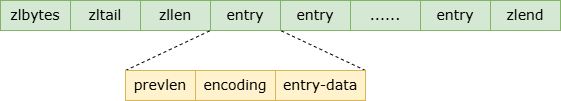
Earlier version of the draw.io export redis/ziplist总体布局.drawio.png (guxdong/imgrepo). Source tidied: cells renumbered, new cells last; positions are measured from the earlier drawing's top-left corner, leaving out a move shared by most shapes.
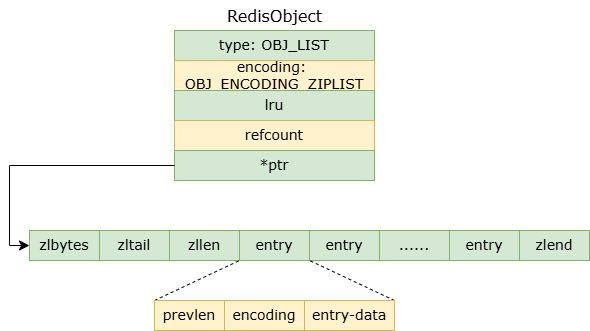
After the change.

Commit message:
更新ziplist总体布局.drawio.png

Change to the diagram source:
```diff
@@ -44,5 +44,30 @@
     <mxCell id="15" value="&lt;font face=&quot;Verdana&quot;&gt;&lt;span style=&quot;font-size: 14px;&quot;&gt;entry-data&lt;/span&gt;&lt;/font&gt;" style="rounded=0;whiteSpace=wrap;html=1;fillColor=#fff2cc;strokeColor=#d6b656;" parent="12" vertex="1">
       <mxGeometry x="150" width="90" height="30" as="geometry" />
     </mxCell>
+    <mxCell id="16" value="&lt;font style=&quot;font-size: 14px;&quot; face=&quot;Verdana&quot;&gt;type:&amp;nbsp;&lt;/font&gt;&lt;font face=&quot;Verdana&quot;&gt;&lt;span style=&quot;font-size: 14px;&quot;&gt;OBJ_LIST&lt;/span&gt;&lt;/font&gt;" style="rounded=0;whiteSpace=wrap;html=1;fillColor=#d5e8d4;strokeColor=#82b366;" parent="1" vertex="1">
+      <mxGeometry x="145" y="-200" width="200" height="30" as="geometry" />
+    </mxCell>
+    <mxCell id="17" value="&lt;font face=&quot;Verdana&quot;&gt;&lt;span style=&quot;font-size: 14px;&quot;&gt;encoding:&amp;nbsp;&lt;/span&gt;&lt;/font&gt;&lt;div&gt;&lt;font face=&quot;Verdana&quot;&gt;&lt;span style=&quot;font-size: 14px;&quot;&gt;OBJ_ENCODING_ZIPLIST&lt;/span&gt;&lt;/font&gt;&lt;/div&gt;" style="rounded=0;whiteSpace=wrap;html=1;fillColor=#fff2cc;strokeColor=#d6b656;" parent="1" vertex="1">
+      <mxGeometry x="145" y="-170" width="200" height="30" as="geometry" />
+    </mxCell>
+    <mxCell id="18" value="&lt;font face=&quot;Verdana&quot;&gt;&lt;span style=&quot;font-size: 14px;&quot;&gt;lru&lt;/span&gt;&lt;/font&gt;" style="rounded=0;whiteSpace=wrap;html=1;fillColor=#d5e8d4;strokeColor=#82b366;" parent="1" vertex="1">
+      <mxGeometry x="145" y="-140" width="200" height="30" as="geometry" />
+    </mxCell>
+    <mxCell id="19" value="&lt;font face=&quot;Verdana&quot;&gt;&lt;span style=&quot;font-size: 14px;&quot;&gt;refcount&lt;/span&gt;&lt;/font&gt;" style="rounded=0;whiteSpace=wrap;html=1;fillColor=#fff2cc;strokeColor=#d6b656;" parent="1" vertex="1">
+      <mxGeometry x="145" y="-110" width="200" height="30" as="geometry" />
+    </mxCell>
+    <mxCell id="20" value="&lt;font face=&quot;Verdana&quot;&gt;&lt;span style=&quot;font-size: 14px;&quot;&gt;*ptr&lt;/span&gt;&lt;/font&gt;" style="rounded=0;whiteSpace=wrap;html=1;fillColor=#d5e8d4;strokeColor=#82b366;" parent="1" vertex="1">
+      <mxGeometry x="145" y="-80" width="200" height="30" as="geometry" />
+    </mxCell>
+    <mxCell id="21" value="&lt;font face=&quot;Verdana&quot; style=&quot;font-size: 16px;&quot;&gt;RedisObject&lt;/font&gt;" style="text;html=1;align=center;verticalAlign=middle;strokeColor=none;fillColor=none;" parent="1" vertex="1">
+      <mxGeometry x="185" y="-230" width="120" height="30" as="geometry" />
+    </mxCell>
+    <mxCell id="22" style="edgeStyle=elbowEdgeStyle;elbow=horizontal;endArrow=classic;html=1;curved=0;rounded=0;endSize=8;startSize=8;exitX=0;exitY=0.5;exitDx=0;exitDy=0;entryX=0;entryY=0.5;entryDx=0;entryDy=0;" parent="1" edge="1" source="20" target="2">
+      <mxGeometry relative="1" as="geometry">
+        <Array as="points">
+          <mxPoint x="-20" y="-40" />
+        </Array>
+      </mxGeometry>
+    </mxCell>
   </root>
 </mxGraphModel>
```
